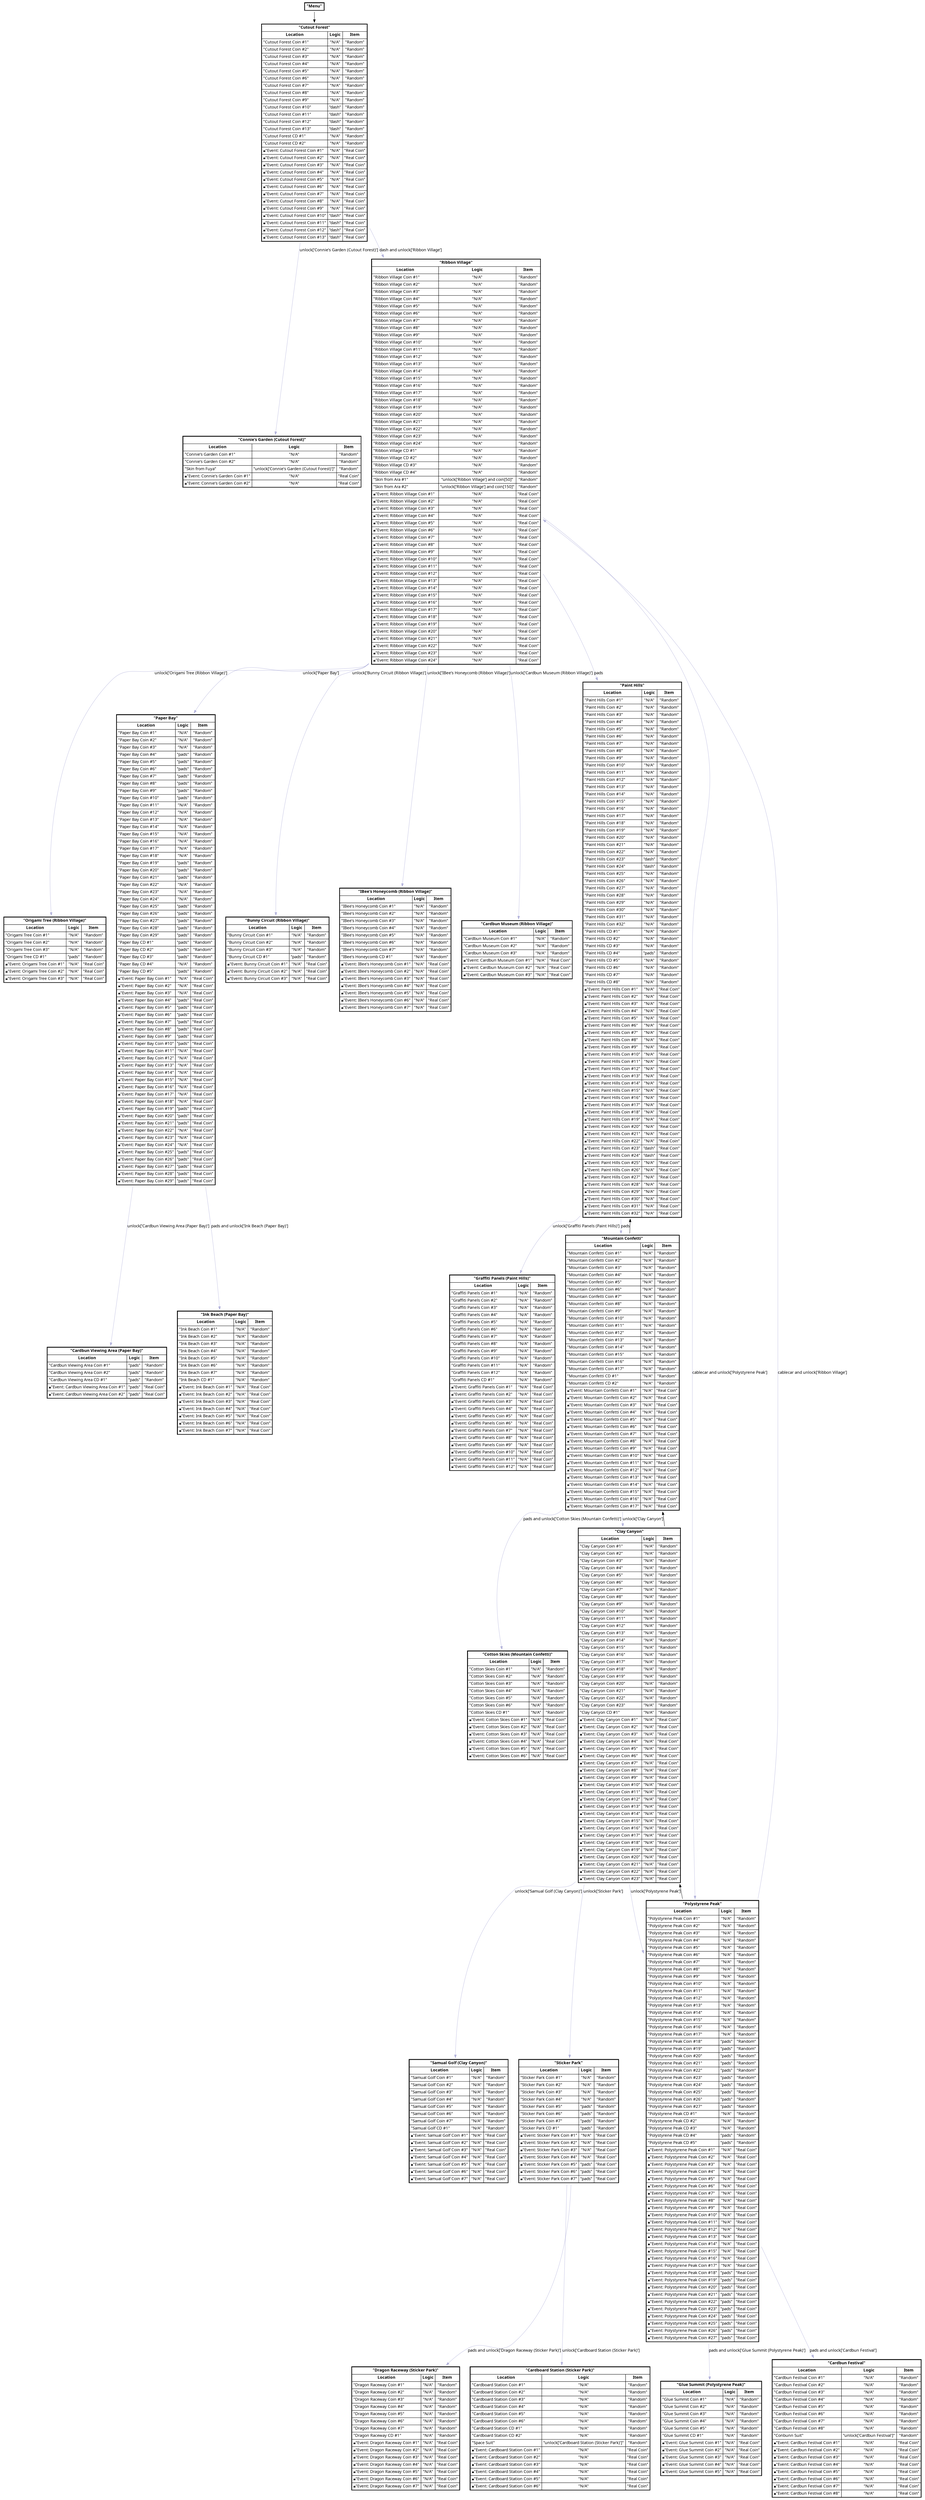
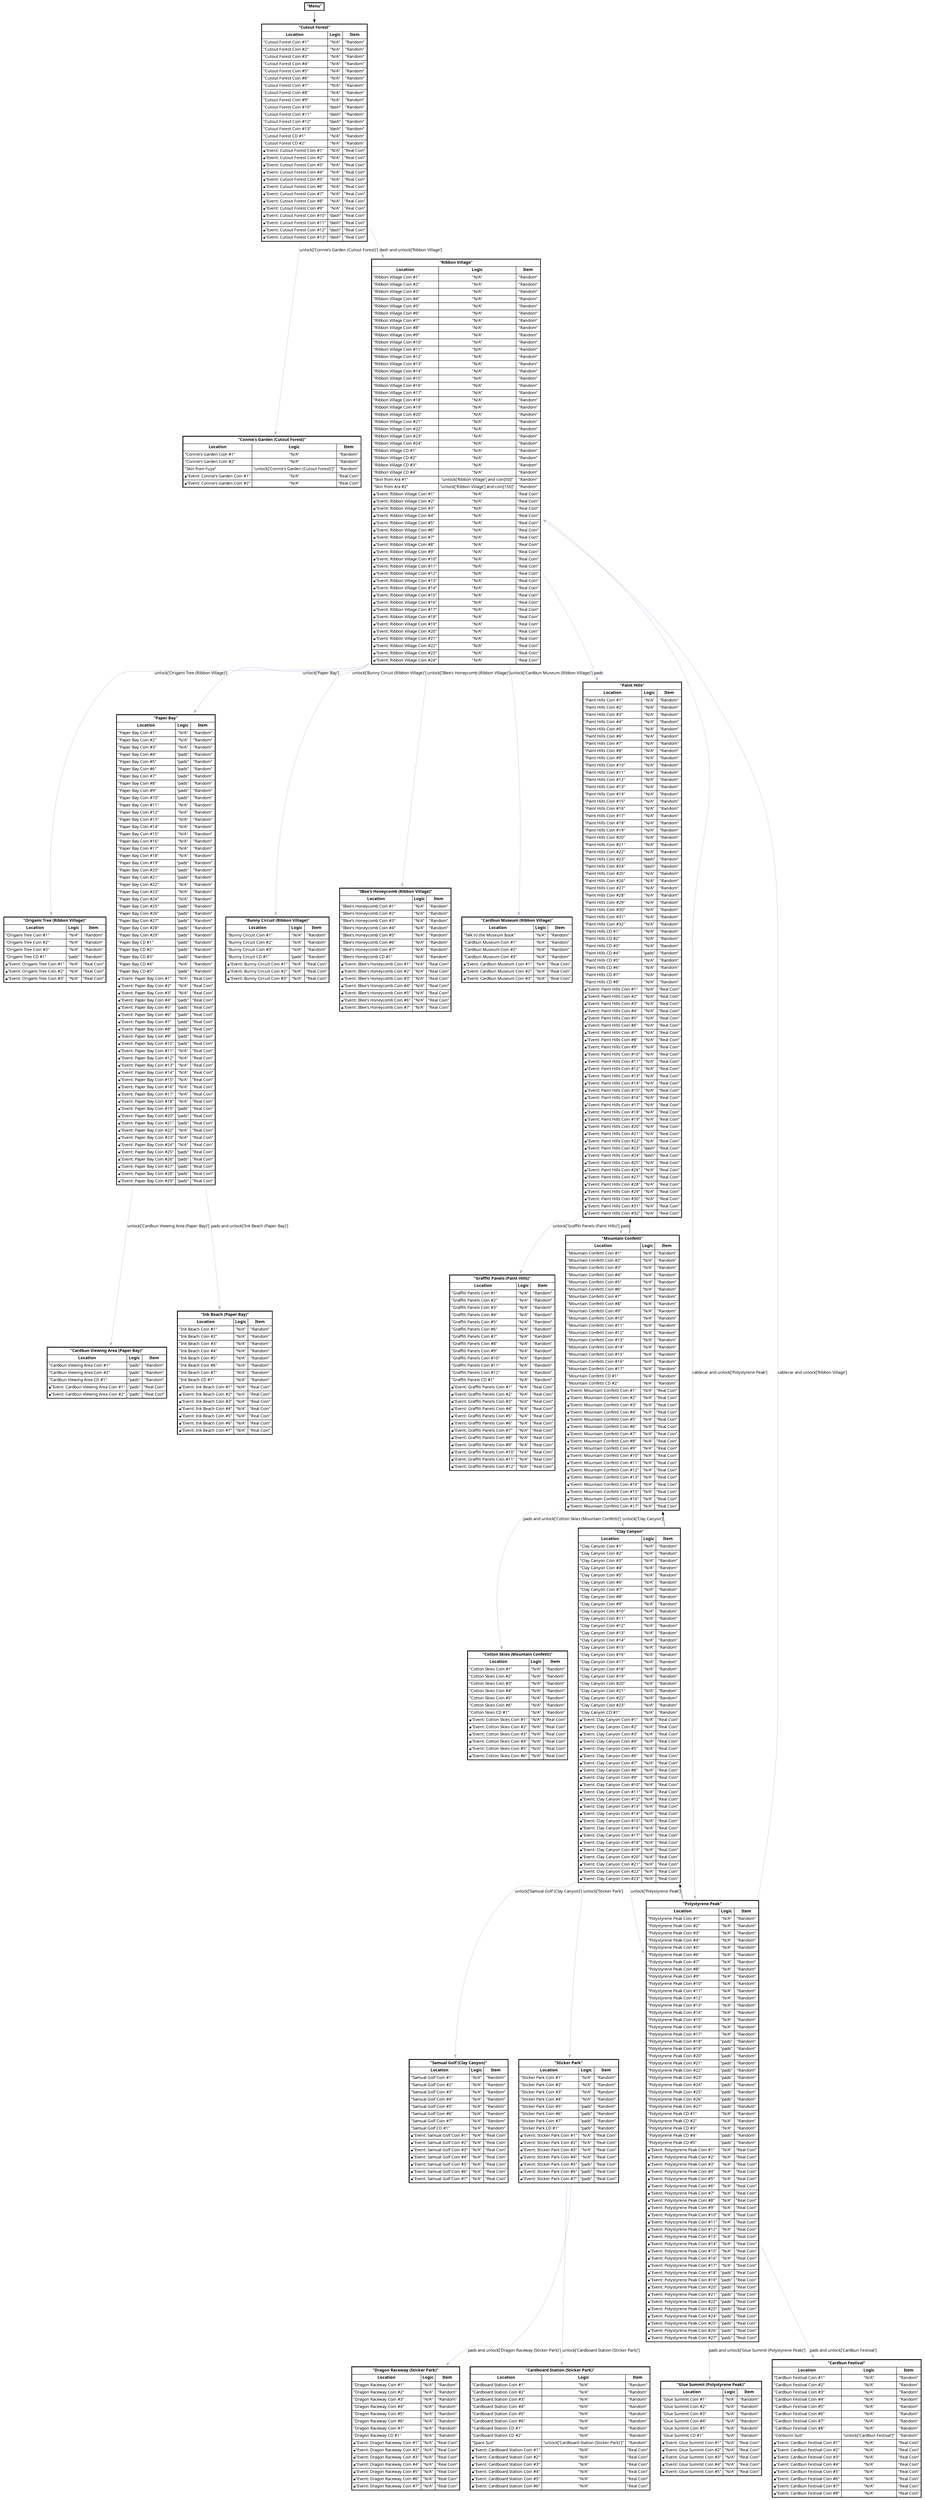
digraph Conbunn_Cardboard {
concentrate=True
rankdir=TB;
node [shape=none]
graph [fontname = "monocraft"];
node [fontname = "monocraft"];
edge [fontname = "monocraft"];"Menu" [label=<<table border="2" cellborder="1" cellspacing="0" cellpadding="4"><tr> <td colspan = "3"><b>"Menu"</b></td></tr></table>>]
"Cutout Forest" [label=<<table border="2" cellborder="1" cellspacing="0" cellpadding="4"><tr> <td colspan = "3"><b>"Cutout Forest"</b></td></tr><tr><td><b>Location</b></td><td><b>Logic</b></td><td><b>Item</b></td></tr><tr><td align="left">"Cutout Forest Coin #1"</td><td>"N/A"</td><td>"Random"</td></tr><tr><td align="left">"Cutout Forest Coin #2"</td><td>"N/A"</td><td>"Random"</td></tr><tr><td align="left">"Cutout Forest Coin #3"</td><td>"N/A"</td><td>"Random"</td></tr><tr><td align="left">"Cutout Forest Coin #4"</td><td>"N/A"</td><td>"Random"</td></tr><tr><td align="left">"Cutout Forest Coin #5"</td><td>"N/A"</td><td>"Random"</td></tr><tr><td align="left">"Cutout Forest Coin #6"</td><td>"N/A"</td><td>"Random"</td></tr><tr><td align="left">"Cutout Forest Coin #7"</td><td>"N/A"</td><td>"Random"</td></tr><tr><td align="left">"Cutout Forest Coin #8"</td><td>"N/A"</td><td>"Random"</td></tr><tr><td align="left">"Cutout Forest Coin #9"</td><td>"N/A"</td><td>"Random"</td></tr><tr><td align="left">"Cutout Forest Coin #10"</td><td>"dash"</td><td>"Random"</td></tr><tr><td align="left">"Cutout Forest Coin #11"</td><td>"dash"</td><td>"Random"</td></tr><tr><td align="left">"Cutout Forest Coin #12"</td><td>"dash"</td><td>"Random"</td></tr><tr><td align="left">"Cutout Forest Coin #13"</td><td>"dash"</td><td>"Random"</td></tr><tr><td align="left">"Cutout Forest CD #1"</td><td>"N/A"</td><td>"Random"</td></tr><tr><td align="left">"Cutout Forest CD #2"</td><td>"N/A"</td><td>"Random"</td></tr><tr><td align="left">🔒"Event: Cutout Forest Coin #1"</td><td>"N/A"</td><td>"Real Coin"</td></tr><tr><td align="left">🔒"Event: Cutout Forest Coin #2"</td><td>"N/A"</td><td>"Real Coin"</td></tr><tr><td align="left">🔒"Event: Cutout Forest Coin #3"</td><td>"N/A"</td><td>"Real Coin"</td></tr><tr><td align="left">🔒"Event: Cutout Forest Coin #4"</td><td>"N/A"</td><td>"Real Coin"</td></tr><tr><td align="left">🔒"Event: Cutout Forest Coin #5"</td><td>"N/A"</td><td>"Real Coin"</td></tr><tr><td align="left">🔒"Event: Cutout Forest Coin #6"</td><td>"N/A"</td><td>"Real Coin"</td></tr><tr><td align="left">🔒"Event: Cutout Forest Coin #7"</td><td>"N/A"</td><td>"Real Coin"</td></tr><tr><td align="left">🔒"Event: Cutout Forest Coin #8"</td><td>"N/A"</td><td>"Real Coin"</td></tr><tr><td align="left">🔒"Event: Cutout Forest Coin #9"</td><td>"N/A"</td><td>"Real Coin"</td></tr><tr><td align="left">🔒"Event: Cutout Forest Coin #10"</td><td>"dash"</td><td>"Real Coin"</td></tr><tr><td align="left">🔒"Event: Cutout Forest Coin #11"</td><td>"dash"</td><td>"Real Coin"</td></tr><tr><td align="left">🔒"Event: Cutout Forest Coin #12"</td><td>"dash"</td><td>"Real Coin"</td></tr><tr><td align="left">🔒"Event: Cutout Forest Coin #13"</td><td>"dash"</td><td>"Real Coin"</td></tr></table>>]
"Connie's Garden (Cutout Forest)" [label=<<table border="2" cellborder="1" cellspacing="0" cellpadding="4"><tr> <td colspan = "3"><b>"Connie's Garden (Cutout Forest)"</b></td></tr><tr><td><b>Location</b></td><td><b>Logic</b></td><td><b>Item</b></td></tr><tr><td align="left">"Connie's Garden Coin #1"</td><td>"N/A"</td><td>"Random"</td></tr><tr><td align="left">"Connie's Garden Coin #2"</td><td>"N/A"</td><td>"Random"</td></tr><tr><td align="left">"Skin from Fuya"</td><td>"unlock['Connie's Garden (Cutout Forest)']"</td><td>"Random"</td></tr><tr><td align="left">🔒"Event: Connie's Garden Coin #1"</td><td>"N/A"</td><td>"Real Coin"</td></tr><tr><td align="left">🔒"Event: Connie's Garden Coin #2"</td><td>"N/A"</td><td>"Real Coin"</td></tr></table>>]
"Ribbon Village" [label=<<table border="2" cellborder="1" cellspacing="0" cellpadding="4"><tr> <td colspan = "3"><b>"Ribbon Village"</b></td></tr><tr><td><b>Location</b></td><td><b>Logic</b></td><td><b>Item</b></td></tr><tr><td align="left">"Ribbon Village Coin #1"</td><td>"N/A"</td><td>"Random"</td></tr><tr><td align="left">"Ribbon Village Coin #2"</td><td>"N/A"</td><td>"Random"</td></tr><tr><td align="left">"Ribbon Village Coin #3"</td><td>"N/A"</td><td>"Random"</td></tr><tr><td align="left">"Ribbon Village Coin #4"</td><td>"N/A"</td><td>"Random"</td></tr><tr><td align="left">"Ribbon Village Coin #5"</td><td>"N/A"</td><td>"Random"</td></tr><tr><td align="left">"Ribbon Village Coin #6"</td><td>"N/A"</td><td>"Random"</td></tr><tr><td align="left">"Ribbon Village Coin #7"</td><td>"N/A"</td><td>"Random"</td></tr><tr><td align="left">"Ribbon Village Coin #8"</td><td>"N/A"</td><td>"Random"</td></tr><tr><td align="left">"Ribbon Village Coin #9"</td><td>"N/A"</td><td>"Random"</td></tr><tr><td align="left">"Ribbon Village Coin #10"</td><td>"N/A"</td><td>"Random"</td></tr><tr><td align="left">"Ribbon Village Coin #11"</td><td>"N/A"</td><td>"Random"</td></tr><tr><td align="left">"Ribbon Village Coin #12"</td><td>"N/A"</td><td>"Random"</td></tr><tr><td align="left">"Ribbon Village Coin #13"</td><td>"N/A"</td><td>"Random"</td></tr><tr><td align="left">"Ribbon Village Coin #14"</td><td>"N/A"</td><td>"Random"</td></tr><tr><td align="left">"Ribbon Village Coin #15"</td><td>"N/A"</td><td>"Random"</td></tr><tr><td align="left">"Ribbon Village Coin #16"</td><td>"N/A"</td><td>"Random"</td></tr><tr><td align="left">"Ribbon Village Coin #17"</td><td>"N/A"</td><td>"Random"</td></tr><tr><td align="left">"Ribbon Village Coin #18"</td><td>"N/A"</td><td>"Random"</td></tr><tr><td align="left">"Ribbon Village Coin #19"</td><td>"N/A"</td><td>"Random"</td></tr><tr><td align="left">"Ribbon Village Coin #20"</td><td>"N/A"</td><td>"Random"</td></tr><tr><td align="left">"Ribbon Village Coin #21"</td><td>"N/A"</td><td>"Random"</td></tr><tr><td align="left">"Ribbon Village Coin #22"</td><td>"N/A"</td><td>"Random"</td></tr><tr><td align="left">"Ribbon Village Coin #23"</td><td>"N/A"</td><td>"Random"</td></tr><tr><td align="left">"Ribbon Village Coin #24"</td><td>"N/A"</td><td>"Random"</td></tr><tr><td align="left">"Ribbon Village CD #1"</td><td>"N/A"</td><td>"Random"</td></tr><tr><td align="left">"Ribbon Village CD #2"</td><td>"N/A"</td><td>"Random"</td></tr><tr><td align="left">"Ribbon Village CD #3"</td><td>"N/A"</td><td>"Random"</td></tr><tr><td align="left">"Ribbon Village CD #4"</td><td>"N/A"</td><td>"Random"</td></tr><tr><td align="left">"Skin from Ara #1"</td><td>"unlock['Ribbon Village'] and coin[50]"</td><td>"Random"</td></tr><tr><td align="left">"Skin from Ara #2"</td><td>"unlock['Ribbon Village'] and coin[150]"</td><td>"Random"</td></tr><tr><td align="left">🔒"Event: Ribbon Village Coin #1"</td><td>"N/A"</td><td>"Real Coin"</td></tr><tr><td align="left">🔒"Event: Ribbon Village Coin #2"</td><td>"N/A"</td><td>"Real Coin"</td></tr><tr><td align="left">🔒"Event: Ribbon Village Coin #3"</td><td>"N/A"</td><td>"Real Coin"</td></tr><tr><td align="left">🔒"Event: Ribbon Village Coin #4"</td><td>"N/A"</td><td>"Real Coin"</td></tr><tr><td align="left">🔒"Event: Ribbon Village Coin #5"</td><td>"N/A"</td><td>"Real Coin"</td></tr><tr><td align="left">🔒"Event: Ribbon Village Coin #6"</td><td>"N/A"</td><td>"Real Coin"</td></tr><tr><td align="left">🔒"Event: Ribbon Village Coin #7"</td><td>"N/A"</td><td>"Real Coin"</td></tr><tr><td align="left">🔒"Event: Ribbon Village Coin #8"</td><td>"N/A"</td><td>"Real Coin"</td></tr><tr><td align="left">🔒"Event: Ribbon Village Coin #9"</td><td>"N/A"</td><td>"Real Coin"</td></tr><tr><td align="left">🔒"Event: Ribbon Village Coin #10"</td><td>"N/A"</td><td>"Real Coin"</td></tr><tr><td align="left">🔒"Event: Ribbon Village Coin #11"</td><td>"N/A"</td><td>"Real Coin"</td></tr><tr><td align="left">🔒"Event: Ribbon Village Coin #12"</td><td>"N/A"</td><td>"Real Coin"</td></tr><tr><td align="left">🔒"Event: Ribbon Village Coin #13"</td><td>"N/A"</td><td>"Real Coin"</td></tr><tr><td align="left">🔒"Event: Ribbon Village Coin #14"</td><td>"N/A"</td><td>"Real Coin"</td></tr><tr><td align="left">🔒"Event: Ribbon Village Coin #15"</td><td>"N/A"</td><td>"Real Coin"</td></tr><tr><td align="left">🔒"Event: Ribbon Village Coin #16"</td><td>"N/A"</td><td>"Real Coin"</td></tr><tr><td align="left">🔒"Event: Ribbon Village Coin #17"</td><td>"N/A"</td><td>"Real Coin"</td></tr><tr><td align="left">🔒"Event: Ribbon Village Coin #18"</td><td>"N/A"</td><td>"Real Coin"</td></tr><tr><td align="left">🔒"Event: Ribbon Village Coin #19"</td><td>"N/A"</td><td>"Real Coin"</td></tr><tr><td align="left">🔒"Event: Ribbon Village Coin #20"</td><td>"N/A"</td><td>"Real Coin"</td></tr><tr><td align="left">🔒"Event: Ribbon Village Coin #21"</td><td>"N/A"</td><td>"Real Coin"</td></tr><tr><td align="left">🔒"Event: Ribbon Village Coin #22"</td><td>"N/A"</td><td>"Real Coin"</td></tr><tr><td align="left">🔒"Event: Ribbon Village Coin #23"</td><td>"N/A"</td><td>"Real Coin"</td></tr><tr><td align="left">🔒"Event: Ribbon Village Coin #24"</td><td>"N/A"</td><td>"Real Coin"</td></tr></table>>]
"Origami Tree (Ribbon Village)" [label=<<table border="2" cellborder="1" cellspacing="0" cellpadding="4"><tr> <td colspan = "3"><b>"Origami Tree (Ribbon Village)"</b></td></tr><tr><td><b>Location</b></td><td><b>Logic</b></td><td><b>Item</b></td></tr><tr><td align="left">"Origami Tree Coin #1"</td><td>"N/A"</td><td>"Random"</td></tr><tr><td align="left">"Origami Tree Coin #2"</td><td>"N/A"</td><td>"Random"</td></tr><tr><td align="left">"Origami Tree Coin #3"</td><td>"N/A"</td><td>"Random"</td></tr><tr><td align="left">"Origami Tree CD #1"</td><td>"pads"</td><td>"Random"</td></tr><tr><td align="left">🔒"Event: Origami Tree Coin #1"</td><td>"N/A"</td><td>"Real Coin"</td></tr><tr><td align="left">🔒"Event: Origami Tree Coin #2"</td><td>"N/A"</td><td>"Real Coin"</td></tr><tr><td align="left">🔒"Event: Origami Tree Coin #3"</td><td>"N/A"</td><td>"Real Coin"</td></tr></table>>]
"Paper Bay" [label=<<table border="2" cellborder="1" cellspacing="0" cellpadding="4"><tr> <td colspan = "3"><b>"Paper Bay"</b></td></tr><tr><td><b>Location</b></td><td><b>Logic</b></td><td><b>Item</b></td></tr><tr><td align="left">"Paper Bay Coin #1"</td><td>"N/A"</td><td>"Random"</td></tr><tr><td align="left">"Paper Bay Coin #2"</td><td>"N/A"</td><td>"Random"</td></tr><tr><td align="left">"Paper Bay Coin #3"</td><td>"N/A"</td><td>"Random"</td></tr><tr><td align="left">"Paper Bay Coin #4"</td><td>"pads"</td><td>"Random"</td></tr><tr><td align="left">"Paper Bay Coin #5"</td><td>"pads"</td><td>"Random"</td></tr><tr><td align="left">"Paper Bay Coin #6"</td><td>"pads"</td><td>"Random"</td></tr><tr><td align="left">"Paper Bay Coin #7"</td><td>"pads"</td><td>"Random"</td></tr><tr><td align="left">"Paper Bay Coin #8"</td><td>"pads"</td><td>"Random"</td></tr><tr><td align="left">"Paper Bay Coin #9"</td><td>"pads"</td><td>"Random"</td></tr><tr><td align="left">"Paper Bay Coin #10"</td><td>"pads"</td><td>"Random"</td></tr><tr><td align="left">"Paper Bay Coin #11"</td><td>"N/A"</td><td>"Random"</td></tr><tr><td align="left">"Paper Bay Coin #12"</td><td>"N/A"</td><td>"Random"</td></tr><tr><td align="left">"Paper Bay Coin #13"</td><td>"N/A"</td><td>"Random"</td></tr><tr><td align="left">"Paper Bay Coin #14"</td><td>"N/A"</td><td>"Random"</td></tr><tr><td align="left">"Paper Bay Coin #15"</td><td>"N/A"</td><td>"Random"</td></tr><tr><td align="left">"Paper Bay Coin #16"</td><td>"N/A"</td><td>"Random"</td></tr><tr><td align="left">"Paper Bay Coin #17"</td><td>"N/A"</td><td>"Random"</td></tr><tr><td align="left">"Paper Bay Coin #18"</td><td>"N/A"</td><td>"Random"</td></tr><tr><td align="left">"Paper Bay Coin #19"</td><td>"pads"</td><td>"Random"</td></tr><tr><td align="left">"Paper Bay Coin #20"</td><td>"pads"</td><td>"Random"</td></tr><tr><td align="left">"Paper Bay Coin #21"</td><td>"pads"</td><td>"Random"</td></tr><tr><td align="left">"Paper Bay Coin #22"</td><td>"N/A"</td><td>"Random"</td></tr><tr><td align="left">"Paper Bay Coin #23"</td><td>"N/A"</td><td>"Random"</td></tr><tr><td align="left">"Paper Bay Coin #24"</td><td>"N/A"</td><td>"Random"</td></tr><tr><td align="left">"Paper Bay Coin #25"</td><td>"pads"</td><td>"Random"</td></tr><tr><td align="left">"Paper Bay Coin #26"</td><td>"pads"</td><td>"Random"</td></tr><tr><td align="left">"Paper Bay Coin #27"</td><td>"pads"</td><td>"Random"</td></tr><tr><td align="left">"Paper Bay Coin #28"</td><td>"pads"</td><td>"Random"</td></tr><tr><td align="left">"Paper Bay Coin #29"</td><td>"pads"</td><td>"Random"</td></tr><tr><td align="left">"Paper Bay CD #1"</td><td>"pads"</td><td>"Random"</td></tr><tr><td align="left">"Paper Bay CD #2"</td><td>"pads"</td><td>"Random"</td></tr><tr><td align="left">"Paper Bay CD #3"</td><td>"pads"</td><td>"Random"</td></tr><tr><td align="left">"Paper Bay CD #4"</td><td>"N/A"</td><td>"Random"</td></tr><tr><td align="left">"Paper Bay CD #5"</td><td>"pads"</td><td>"Random"</td></tr><tr><td align="left">🔒"Event: Paper Bay Coin #1"</td><td>"N/A"</td><td>"Real Coin"</td></tr><tr><td align="left">🔒"Event: Paper Bay Coin #2"</td><td>"N/A"</td><td>"Real Coin"</td></tr><tr><td align="left">🔒"Event: Paper Bay Coin #3"</td><td>"N/A"</td><td>"Real Coin"</td></tr><tr><td align="left">🔒"Event: Paper Bay Coin #4"</td><td>"pads"</td><td>"Real Coin"</td></tr><tr><td align="left">🔒"Event: Paper Bay Coin #5"</td><td>"pads"</td><td>"Real Coin"</td></tr><tr><td align="left">🔒"Event: Paper Bay Coin #6"</td><td>"pads"</td><td>"Real Coin"</td></tr><tr><td align="left">🔒"Event: Paper Bay Coin #7"</td><td>"pads"</td><td>"Real Coin"</td></tr><tr><td align="left">🔒"Event: Paper Bay Coin #8"</td><td>"pads"</td><td>"Real Coin"</td></tr><tr><td align="left">🔒"Event: Paper Bay Coin #9"</td><td>"pads"</td><td>"Real Coin"</td></tr><tr><td align="left">🔒"Event: Paper Bay Coin #10"</td><td>"pads"</td><td>"Real Coin"</td></tr><tr><td align="left">🔒"Event: Paper Bay Coin #11"</td><td>"N/A"</td><td>"Real Coin"</td></tr><tr><td align="left">🔒"Event: Paper Bay Coin #12"</td><td>"N/A"</td><td>"Real Coin"</td></tr><tr><td align="left">🔒"Event: Paper Bay Coin #13"</td><td>"N/A"</td><td>"Real Coin"</td></tr><tr><td align="left">🔒"Event: Paper Bay Coin #14"</td><td>"N/A"</td><td>"Real Coin"</td></tr><tr><td align="left">🔒"Event: Paper Bay Coin #15"</td><td>"N/A"</td><td>"Real Coin"</td></tr><tr><td align="left">🔒"Event: Paper Bay Coin #16"</td><td>"N/A"</td><td>"Real Coin"</td></tr><tr><td align="left">🔒"Event: Paper Bay Coin #17"</td><td>"N/A"</td><td>"Real Coin"</td></tr><tr><td align="left">🔒"Event: Paper Bay Coin #18"</td><td>"N/A"</td><td>"Real Coin"</td></tr><tr><td align="left">🔒"Event: Paper Bay Coin #19"</td><td>"pads"</td><td>"Real Coin"</td></tr><tr><td align="left">🔒"Event: Paper Bay Coin #20"</td><td>"pads"</td><td>"Real Coin"</td></tr><tr><td align="left">🔒"Event: Paper Bay Coin #21"</td><td>"pads"</td><td>"Real Coin"</td></tr><tr><td align="left">🔒"Event: Paper Bay Coin #22"</td><td>"N/A"</td><td>"Real Coin"</td></tr><tr><td align="left">🔒"Event: Paper Bay Coin #23"</td><td>"N/A"</td><td>"Real Coin"</td></tr><tr><td align="left">🔒"Event: Paper Bay Coin #24"</td><td>"N/A"</td><td>"Real Coin"</td></tr><tr><td align="left">🔒"Event: Paper Bay Coin #25"</td><td>"pads"</td><td>"Real Coin"</td></tr><tr><td align="left">🔒"Event: Paper Bay Coin #26"</td><td>"pads"</td><td>"Real Coin"</td></tr><tr><td align="left">🔒"Event: Paper Bay Coin #27"</td><td>"pads"</td><td>"Real Coin"</td></tr><tr><td align="left">🔒"Event: Paper Bay Coin #28"</td><td>"pads"</td><td>"Real Coin"</td></tr><tr><td align="left">🔒"Event: Paper Bay Coin #29"</td><td>"pads"</td><td>"Real Coin"</td></tr></table>>]
"Cardbun Viewing Area (Paper Bay)" [label=<<table border="2" cellborder="1" cellspacing="0" cellpadding="4"><tr> <td colspan = "3"><b>"Cardbun Viewing Area (Paper Bay)"</b></td></tr><tr><td><b>Location</b></td><td><b>Logic</b></td><td><b>Item</b></td></tr><tr><td align="left">"Cardbun Viewing Area Coin #1"</td><td>"pads"</td><td>"Random"</td></tr><tr><td align="left">"Cardbun Viewing Area Coin #2"</td><td>"pads"</td><td>"Random"</td></tr><tr><td align="left">"Cardbun Viewing Area CD #1"</td><td>"pads"</td><td>"Random"</td></tr><tr><td align="left">🔒"Event: Cardbun Viewing Area Coin #1"</td><td>"pads"</td><td>"Real Coin"</td></tr><tr><td align="left">🔒"Event: Cardbun Viewing Area Coin #2"</td><td>"pads"</td><td>"Real Coin"</td></tr></table>>]
"Ink Beach (Paper Bay)" [label=<<table border="2" cellborder="1" cellspacing="0" cellpadding="4"><tr> <td colspan = "3"><b>"Ink Beach (Paper Bay)"</b></td></tr><tr><td><b>Location</b></td><td><b>Logic</b></td><td><b>Item</b></td></tr><tr><td align="left">"Ink Beach Coin #1"</td><td>"N/A"</td><td>"Random"</td></tr><tr><td align="left">"Ink Beach Coin #2"</td><td>"N/A"</td><td>"Random"</td></tr><tr><td align="left">"Ink Beach Coin #3"</td><td>"N/A"</td><td>"Random"</td></tr><tr><td align="left">"Ink Beach Coin #4"</td><td>"N/A"</td><td>"Random"</td></tr><tr><td align="left">"Ink Beach Coin #5"</td><td>"N/A"</td><td>"Random"</td></tr><tr><td align="left">"Ink Beach Coin #6"</td><td>"N/A"</td><td>"Random"</td></tr><tr><td align="left">"Ink Beach Coin #7"</td><td>"N/A"</td><td>"Random"</td></tr><tr><td align="left">"Ink Beach CD #1"</td><td>"N/A"</td><td>"Random"</td></tr><tr><td align="left">🔒"Event: Ink Beach Coin #1"</td><td>"N/A"</td><td>"Real Coin"</td></tr><tr><td align="left">🔒"Event: Ink Beach Coin #2"</td><td>"N/A"</td><td>"Real Coin"</td></tr><tr><td align="left">🔒"Event: Ink Beach Coin #3"</td><td>"N/A"</td><td>"Real Coin"</td></tr><tr><td align="left">🔒"Event: Ink Beach Coin #4"</td><td>"N/A"</td><td>"Real Coin"</td></tr><tr><td align="left">🔒"Event: Ink Beach Coin #5"</td><td>"N/A"</td><td>"Real Coin"</td></tr><tr><td align="left">🔒"Event: Ink Beach Coin #6"</td><td>"N/A"</td><td>"Real Coin"</td></tr><tr><td align="left">🔒"Event: Ink Beach Coin #7"</td><td>"N/A"</td><td>"Real Coin"</td></tr></table>>]
"Bunny Circuit (Ribbon Village)" [label=<<table border="2" cellborder="1" cellspacing="0" cellpadding="4"><tr> <td colspan = "3"><b>"Bunny Circuit (Ribbon Village)"</b></td></tr><tr><td><b>Location</b></td><td><b>Logic</b></td><td><b>Item</b></td></tr><tr><td align="left">"Bunny Circuit Coin #1"</td><td>"N/A"</td><td>"Random"</td></tr><tr><td align="left">"Bunny Circuit Coin #2"</td><td>"N/A"</td><td>"Random"</td></tr><tr><td align="left">"Bunny Circuit Coin #3"</td><td>"N/A"</td><td>"Random"</td></tr><tr><td align="left">"Bunny Circuit CD #1"</td><td>"pads"</td><td>"Random"</td></tr><tr><td align="left">🔒"Event: Bunny Circuit Coin #1"</td><td>"N/A"</td><td>"Real Coin"</td></tr><tr><td align="left">🔒"Event: Bunny Circuit Coin #2"</td><td>"N/A"</td><td>"Real Coin"</td></tr><tr><td align="left">🔒"Event: Bunny Circuit Coin #3"</td><td>"N/A"</td><td>"Real Coin"</td></tr></table>>]
"IBee's Honeycomb (Ribbon Village)" [label=<<table border="2" cellborder="1" cellspacing="0" cellpadding="4"><tr> <td colspan = "3"><b>"IBee's Honeycomb (Ribbon Village)"</b></td></tr><tr><td><b>Location</b></td><td><b>Logic</b></td><td><b>Item</b></td></tr><tr><td align="left">"IBee's Honeycomb Coin #1"</td><td>"N/A"</td><td>"Random"</td></tr><tr><td align="left">"IBee's Honeycomb Coin #2"</td><td>"N/A"</td><td>"Random"</td></tr><tr><td align="left">"IBee's Honeycomb Coin #3"</td><td>"N/A"</td><td>"Random"</td></tr><tr><td align="left">"IBee's Honeycomb Coin #4"</td><td>"N/A"</td><td>"Random"</td></tr><tr><td align="left">"IBee's Honeycomb Coin #5"</td><td>"N/A"</td><td>"Random"</td></tr><tr><td align="left">"IBee's Honeycomb Coin #6"</td><td>"N/A"</td><td>"Random"</td></tr><tr><td align="left">"IBee's Honeycomb Coin #7"</td><td>"N/A"</td><td>"Random"</td></tr><tr><td align="left">"IBee's Honeycomb CD #1"</td><td>"N/A"</td><td>"Random"</td></tr><tr><td align="left">🔒"Event: IBee's Honeycomb Coin #1"</td><td>"N/A"</td><td>"Real Coin"</td></tr><tr><td align="left">🔒"Event: IBee's Honeycomb Coin #2"</td><td>"N/A"</td><td>"Real Coin"</td></tr><tr><td align="left">🔒"Event: IBee's Honeycomb Coin #3"</td><td>"N/A"</td><td>"Real Coin"</td></tr><tr><td align="left">🔒"Event: IBee's Honeycomb Coin #4"</td><td>"N/A"</td><td>"Real Coin"</td></tr><tr><td align="left">🔒"Event: IBee's Honeycomb Coin #5"</td><td>"N/A"</td><td>"Real Coin"</td></tr><tr><td align="left">🔒"Event: IBee's Honeycomb Coin #6"</td><td>"N/A"</td><td>"Real Coin"</td></tr><tr><td align="left">🔒"Event: IBee's Honeycomb Coin #7"</td><td>"N/A"</td><td>"Real Coin"</td></tr></table>>]
- "Cardbun Museum (Ribbon Village)" [label=<<table border="2" cellborder="1" cellspacing="0" cellpadding="4"><tr> <td colspan = "3"><b>"Cardbun Museum (Ribbon Village)"</b></td></tr><tr><td><b>Location</b></td><td><b>Logic</b></td><td><b>Item</b></td></tr><tr><td align="left">"Cardbun Museum Coin #1"</td><td>"N/A"</td><td>"Random"</td></tr><tr><td align="left">"Cardbun Museum Coin #2"</td><td>"N/A"</td><td>"Random"</td></tr><tr><td align="left">"Cardbun Museum Coin #3"</td><td>"N/A"</td><td>"Random"</td></tr><tr><td align="left">🔒"Event: Cardbun Museum Coin #1"</td><td>"N/A"</td><td>"Real Coin"</td></tr><tr><td align="left">🔒"Event: Cardbun Museum Coin #2"</td><td>"N/A"</td><td>"Real Coin"</td></tr><tr><td align="left">🔒"Event: Cardbun Museum Coin #3"</td><td>"N/A"</td><td>"Real Coin"</td></tr></table>>]
+ "Cardbun Museum (Ribbon Village)" [label=<<table border="2" cellborder="1" cellspacing="0" cellpadding="4"><tr> <td colspan = "3"><b>"Cardbun Museum (Ribbon Village)"</b></td></tr><tr><td><b>Location</b></td><td><b>Logic</b></td><td><b>Item</b></td></tr><tr><td align="left">"Talk to the Museum Book"</td><td>"N/A"</td><td>"Random"</td></tr><tr><td align="left">"Cardbun Museum Coin #1"</td><td>"N/A"</td><td>"Random"</td></tr><tr><td align="left">"Cardbun Museum Coin #2"</td><td>"N/A"</td><td>"Random"</td></tr><tr><td align="left">"Cardbun Museum Coin #3"</td><td>"N/A"</td><td>"Random"</td></tr><tr><td align="left">🔒"Event: Cardbun Museum Coin #1"</td><td>"N/A"</td><td>"Real Coin"</td></tr><tr><td align="left">🔒"Event: Cardbun Museum Coin #2"</td><td>"N/A"</td><td>"Real Coin"</td></tr><tr><td align="left">🔒"Event: Cardbun Museum Coin #3"</td><td>"N/A"</td><td>"Real Coin"</td></tr></table>>]
"Paint Hills" [label=<<table border="2" cellborder="1" cellspacing="0" cellpadding="4"><tr> <td colspan = "3"><b>"Paint Hills"</b></td></tr><tr><td><b>Location</b></td><td><b>Logic</b></td><td><b>Item</b></td></tr><tr><td align="left">"Paint Hills Coin #1"</td><td>"N/A"</td><td>"Random"</td></tr><tr><td align="left">"Paint Hills Coin #2"</td><td>"N/A"</td><td>"Random"</td></tr><tr><td align="left">"Paint Hills Coin #3"</td><td>"N/A"</td><td>"Random"</td></tr><tr><td align="left">"Paint Hills Coin #4"</td><td>"N/A"</td><td>"Random"</td></tr><tr><td align="left">"Paint Hills Coin #5"</td><td>"N/A"</td><td>"Random"</td></tr><tr><td align="left">"Paint Hills Coin #6"</td><td>"N/A"</td><td>"Random"</td></tr><tr><td align="left">"Paint Hills Coin #7"</td><td>"N/A"</td><td>"Random"</td></tr><tr><td align="left">"Paint Hills Coin #8"</td><td>"N/A"</td><td>"Random"</td></tr><tr><td align="left">"Paint Hills Coin #9"</td><td>"N/A"</td><td>"Random"</td></tr><tr><td align="left">"Paint Hills Coin #10"</td><td>"N/A"</td><td>"Random"</td></tr><tr><td align="left">"Paint Hills Coin #11"</td><td>"N/A"</td><td>"Random"</td></tr><tr><td align="left">"Paint Hills Coin #12"</td><td>"N/A"</td><td>"Random"</td></tr><tr><td align="left">"Paint Hills Coin #13"</td><td>"N/A"</td><td>"Random"</td></tr><tr><td align="left">"Paint Hills Coin #14"</td><td>"N/A"</td><td>"Random"</td></tr><tr><td align="left">"Paint Hills Coin #15"</td><td>"N/A"</td><td>"Random"</td></tr><tr><td align="left">"Paint Hills Coin #16"</td><td>"N/A"</td><td>"Random"</td></tr><tr><td align="left">"Paint Hills Coin #17"</td><td>"N/A"</td><td>"Random"</td></tr><tr><td align="left">"Paint Hills Coin #18"</td><td>"N/A"</td><td>"Random"</td></tr><tr><td align="left">"Paint Hills Coin #19"</td><td>"N/A"</td><td>"Random"</td></tr><tr><td align="left">"Paint Hills Coin #20"</td><td>"N/A"</td><td>"Random"</td></tr><tr><td align="left">"Paint Hills Coin #21"</td><td>"N/A"</td><td>"Random"</td></tr><tr><td align="left">"Paint Hills Coin #22"</td><td>"N/A"</td><td>"Random"</td></tr><tr><td align="left">"Paint Hills Coin #23"</td><td>"dash"</td><td>"Random"</td></tr><tr><td align="left">"Paint Hills Coin #24"</td><td>"dash"</td><td>"Random"</td></tr><tr><td align="left">"Paint Hills Coin #25"</td><td>"N/A"</td><td>"Random"</td></tr><tr><td align="left">"Paint Hills Coin #26"</td><td>"N/A"</td><td>"Random"</td></tr><tr><td align="left">"Paint Hills Coin #27"</td><td>"N/A"</td><td>"Random"</td></tr><tr><td align="left">"Paint Hills Coin #28"</td><td>"N/A"</td><td>"Random"</td></tr><tr><td align="left">"Paint Hills Coin #29"</td><td>"N/A"</td><td>"Random"</td></tr><tr><td align="left">"Paint Hills Coin #30"</td><td>"N/A"</td><td>"Random"</td></tr><tr><td align="left">"Paint Hills Coin #31"</td><td>"N/A"</td><td>"Random"</td></tr><tr><td align="left">"Paint Hills Coin #32"</td><td>"N/A"</td><td>"Random"</td></tr><tr><td align="left">"Paint Hills CD #1"</td><td>"N/A"</td><td>"Random"</td></tr><tr><td align="left">"Paint Hills CD #2"</td><td>"N/A"</td><td>"Random"</td></tr><tr><td align="left">"Paint Hills CD #3"</td><td>"N/A"</td><td>"Random"</td></tr><tr><td align="left">"Paint Hills CD #4"</td><td>"pads"</td><td>"Random"</td></tr><tr><td align="left">"Paint Hills CD #5"</td><td>"N/A"</td><td>"Random"</td></tr><tr><td align="left">"Paint Hills CD #6"</td><td>"N/A"</td><td>"Random"</td></tr><tr><td align="left">"Paint Hills CD #7"</td><td>"N/A"</td><td>"Random"</td></tr><tr><td align="left">"Paint Hills CD #8"</td><td>"N/A"</td><td>"Random"</td></tr><tr><td align="left">🔒"Event: Paint Hills Coin #1"</td><td>"N/A"</td><td>"Real Coin"</td></tr><tr><td align="left">🔒"Event: Paint Hills Coin #2"</td><td>"N/A"</td><td>"Real Coin"</td></tr><tr><td align="left">🔒"Event: Paint Hills Coin #3"</td><td>"N/A"</td><td>"Real Coin"</td></tr><tr><td align="left">🔒"Event: Paint Hills Coin #4"</td><td>"N/A"</td><td>"Real Coin"</td></tr><tr><td align="left">🔒"Event: Paint Hills Coin #5"</td><td>"N/A"</td><td>"Real Coin"</td></tr><tr><td align="left">🔒"Event: Paint Hills Coin #6"</td><td>"N/A"</td><td>"Real Coin"</td></tr><tr><td align="left">🔒"Event: Paint Hills Coin #7"</td><td>"N/A"</td><td>"Real Coin"</td></tr><tr><td align="left">🔒"Event: Paint Hills Coin #8"</td><td>"N/A"</td><td>"Real Coin"</td></tr><tr><td align="left">🔒"Event: Paint Hills Coin #9"</td><td>"N/A"</td><td>"Real Coin"</td></tr><tr><td align="left">🔒"Event: Paint Hills Coin #10"</td><td>"N/A"</td><td>"Real Coin"</td></tr><tr><td align="left">🔒"Event: Paint Hills Coin #11"</td><td>"N/A"</td><td>"Real Coin"</td></tr><tr><td align="left">🔒"Event: Paint Hills Coin #12"</td><td>"N/A"</td><td>"Real Coin"</td></tr><tr><td align="left">🔒"Event: Paint Hills Coin #13"</td><td>"N/A"</td><td>"Real Coin"</td></tr><tr><td align="left">🔒"Event: Paint Hills Coin #14"</td><td>"N/A"</td><td>"Real Coin"</td></tr><tr><td align="left">🔒"Event: Paint Hills Coin #15"</td><td>"N/A"</td><td>"Real Coin"</td></tr><tr><td align="left">🔒"Event: Paint Hills Coin #16"</td><td>"N/A"</td><td>"Real Coin"</td></tr><tr><td align="left">🔒"Event: Paint Hills Coin #17"</td><td>"N/A"</td><td>"Real Coin"</td></tr><tr><td align="left">🔒"Event: Paint Hills Coin #18"</td><td>"N/A"</td><td>"Real Coin"</td></tr><tr><td align="left">🔒"Event: Paint Hills Coin #19"</td><td>"N/A"</td><td>"Real Coin"</td></tr><tr><td align="left">🔒"Event: Paint Hills Coin #20"</td><td>"N/A"</td><td>"Real Coin"</td></tr><tr><td align="left">🔒"Event: Paint Hills Coin #21"</td><td>"N/A"</td><td>"Real Coin"</td></tr><tr><td align="left">🔒"Event: Paint Hills Coin #22"</td><td>"N/A"</td><td>"Real Coin"</td></tr><tr><td align="left">🔒"Event: Paint Hills Coin #23"</td><td>"dash"</td><td>"Real Coin"</td></tr><tr><td align="left">🔒"Event: Paint Hills Coin #24"</td><td>"dash"</td><td>"Real Coin"</td></tr><tr><td align="left">🔒"Event: Paint Hills Coin #25"</td><td>"N/A"</td><td>"Real Coin"</td></tr><tr><td align="left">🔒"Event: Paint Hills Coin #26"</td><td>"N/A"</td><td>"Real Coin"</td></tr><tr><td align="left">🔒"Event: Paint Hills Coin #27"</td><td>"N/A"</td><td>"Real Coin"</td></tr><tr><td align="left">🔒"Event: Paint Hills Coin #28"</td><td>"N/A"</td><td>"Real Coin"</td></tr><tr><td align="left">🔒"Event: Paint Hills Coin #29"</td><td>"N/A"</td><td>"Real Coin"</td></tr><tr><td align="left">🔒"Event: Paint Hills Coin #30"</td><td>"N/A"</td><td>"Real Coin"</td></tr><tr><td align="left">🔒"Event: Paint Hills Coin #31"</td><td>"N/A"</td><td>"Real Coin"</td></tr><tr><td align="left">🔒"Event: Paint Hills Coin #32"</td><td>"N/A"</td><td>"Real Coin"</td></tr></table>>]
"Graffiti Panels (Paint Hills)" [label=<<table border="2" cellborder="1" cellspacing="0" cellpadding="4"><tr> <td colspan = "3"><b>"Graffiti Panels (Paint Hills)"</b></td></tr><tr><td><b>Location</b></td><td><b>Logic</b></td><td><b>Item</b></td></tr><tr><td align="left">"Graffiti Panels Coin #1"</td><td>"N/A"</td><td>"Random"</td></tr><tr><td align="left">"Graffiti Panels Coin #2"</td><td>"N/A"</td><td>"Random"</td></tr><tr><td align="left">"Graffiti Panels Coin #3"</td><td>"N/A"</td><td>"Random"</td></tr><tr><td align="left">"Graffiti Panels Coin #4"</td><td>"N/A"</td><td>"Random"</td></tr><tr><td align="left">"Graffiti Panels Coin #5"</td><td>"N/A"</td><td>"Random"</td></tr><tr><td align="left">"Graffiti Panels Coin #6"</td><td>"N/A"</td><td>"Random"</td></tr><tr><td align="left">"Graffiti Panels Coin #7"</td><td>"N/A"</td><td>"Random"</td></tr><tr><td align="left">"Graffiti Panels Coin #8"</td><td>"N/A"</td><td>"Random"</td></tr><tr><td align="left">"Graffiti Panels Coin #9"</td><td>"N/A"</td><td>"Random"</td></tr><tr><td align="left">"Graffiti Panels Coin #10"</td><td>"N/A"</td><td>"Random"</td></tr><tr><td align="left">"Graffiti Panels Coin #11"</td><td>"N/A"</td><td>"Random"</td></tr><tr><td align="left">"Graffiti Panels Coin #12"</td><td>"N/A"</td><td>"Random"</td></tr><tr><td align="left">"Graffiti Panels CD #1"</td><td>"N/A"</td><td>"Random"</td></tr><tr><td align="left">🔒"Event: Graffiti Panels Coin #1"</td><td>"N/A"</td><td>"Real Coin"</td></tr><tr><td align="left">🔒"Event: Graffiti Panels Coin #2"</td><td>"N/A"</td><td>"Real Coin"</td></tr><tr><td align="left">🔒"Event: Graffiti Panels Coin #3"</td><td>"N/A"</td><td>"Real Coin"</td></tr><tr><td align="left">🔒"Event: Graffiti Panels Coin #4"</td><td>"N/A"</td><td>"Real Coin"</td></tr><tr><td align="left">🔒"Event: Graffiti Panels Coin #5"</td><td>"N/A"</td><td>"Real Coin"</td></tr><tr><td align="left">🔒"Event: Graffiti Panels Coin #6"</td><td>"N/A"</td><td>"Real Coin"</td></tr><tr><td align="left">🔒"Event: Graffiti Panels Coin #7"</td><td>"N/A"</td><td>"Real Coin"</td></tr><tr><td align="left">🔒"Event: Graffiti Panels Coin #8"</td><td>"N/A"</td><td>"Real Coin"</td></tr><tr><td align="left">🔒"Event: Graffiti Panels Coin #9"</td><td>"N/A"</td><td>"Real Coin"</td></tr><tr><td align="left">🔒"Event: Graffiti Panels Coin #10"</td><td>"N/A"</td><td>"Real Coin"</td></tr><tr><td align="left">🔒"Event: Graffiti Panels Coin #11"</td><td>"N/A"</td><td>"Real Coin"</td></tr><tr><td align="left">🔒"Event: Graffiti Panels Coin #12"</td><td>"N/A"</td><td>"Real Coin"</td></tr></table>>]
"Mountain Confetti" [label=<<table border="2" cellborder="1" cellspacing="0" cellpadding="4"><tr> <td colspan = "3"><b>"Mountain Confetti"</b></td></tr><tr><td><b>Location</b></td><td><b>Logic</b></td><td><b>Item</b></td></tr><tr><td align="left">"Mountain Confetti Coin #1"</td><td>"N/A"</td><td>"Random"</td></tr><tr><td align="left">"Mountain Confetti Coin #2"</td><td>"N/A"</td><td>"Random"</td></tr><tr><td align="left">"Mountain Confetti Coin #3"</td><td>"N/A"</td><td>"Random"</td></tr><tr><td align="left">"Mountain Confetti Coin #4"</td><td>"N/A"</td><td>"Random"</td></tr><tr><td align="left">"Mountain Confetti Coin #5"</td><td>"N/A"</td><td>"Random"</td></tr><tr><td align="left">"Mountain Confetti Coin #6"</td><td>"N/A"</td><td>"Random"</td></tr><tr><td align="left">"Mountain Confetti Coin #7"</td><td>"N/A"</td><td>"Random"</td></tr><tr><td align="left">"Mountain Confetti Coin #8"</td><td>"N/A"</td><td>"Random"</td></tr><tr><td align="left">"Mountain Confetti Coin #9"</td><td>"N/A"</td><td>"Random"</td></tr><tr><td align="left">"Mountain Confetti Coin #10"</td><td>"N/A"</td><td>"Random"</td></tr><tr><td align="left">"Mountain Confetti Coin #11"</td><td>"N/A"</td><td>"Random"</td></tr><tr><td align="left">"Mountain Confetti Coin #12"</td><td>"N/A"</td><td>"Random"</td></tr><tr><td align="left">"Mountain Confetti Coin #13"</td><td>"N/A"</td><td>"Random"</td></tr><tr><td align="left">"Mountain Confetti Coin #14"</td><td>"N/A"</td><td>"Random"</td></tr><tr><td align="left">"Mountain Confetti Coin #15"</td><td>"N/A"</td><td>"Random"</td></tr><tr><td align="left">"Mountain Confetti Coin #16"</td><td>"N/A"</td><td>"Random"</td></tr><tr><td align="left">"Mountain Confetti Coin #17"</td><td>"N/A"</td><td>"Random"</td></tr><tr><td align="left">"Mountain Confetti CD #1"</td><td>"N/A"</td><td>"Random"</td></tr><tr><td align="left">"Mountain Confetti CD #2"</td><td>"N/A"</td><td>"Random"</td></tr><tr><td align="left">🔒"Event: Mountain Confetti Coin #1"</td><td>"N/A"</td><td>"Real Coin"</td></tr><tr><td align="left">🔒"Event: Mountain Confetti Coin #2"</td><td>"N/A"</td><td>"Real Coin"</td></tr><tr><td align="left">🔒"Event: Mountain Confetti Coin #3"</td><td>"N/A"</td><td>"Real Coin"</td></tr><tr><td align="left">🔒"Event: Mountain Confetti Coin #4"</td><td>"N/A"</td><td>"Real Coin"</td></tr><tr><td align="left">🔒"Event: Mountain Confetti Coin #5"</td><td>"N/A"</td><td>"Real Coin"</td></tr><tr><td align="left">🔒"Event: Mountain Confetti Coin #6"</td><td>"N/A"</td><td>"Real Coin"</td></tr><tr><td align="left">🔒"Event: Mountain Confetti Coin #7"</td><td>"N/A"</td><td>"Real Coin"</td></tr><tr><td align="left">🔒"Event: Mountain Confetti Coin #8"</td><td>"N/A"</td><td>"Real Coin"</td></tr><tr><td align="left">🔒"Event: Mountain Confetti Coin #9"</td><td>"N/A"</td><td>"Real Coin"</td></tr><tr><td align="left">🔒"Event: Mountain Confetti Coin #10"</td><td>"N/A"</td><td>"Real Coin"</td></tr><tr><td align="left">🔒"Event: Mountain Confetti Coin #11"</td><td>"N/A"</td><td>"Real Coin"</td></tr><tr><td align="left">🔒"Event: Mountain Confetti Coin #12"</td><td>"N/A"</td><td>"Real Coin"</td></tr><tr><td align="left">🔒"Event: Mountain Confetti Coin #13"</td><td>"N/A"</td><td>"Real Coin"</td></tr><tr><td align="left">🔒"Event: Mountain Confetti Coin #14"</td><td>"N/A"</td><td>"Real Coin"</td></tr><tr><td align="left">🔒"Event: Mountain Confetti Coin #15"</td><td>"N/A"</td><td>"Real Coin"</td></tr><tr><td align="left">🔒"Event: Mountain Confetti Coin #16"</td><td>"N/A"</td><td>"Real Coin"</td></tr><tr><td align="left">🔒"Event: Mountain Confetti Coin #17"</td><td>"N/A"</td><td>"Real Coin"</td></tr></table>>]
"Cotton Skies (Mountain Confetti)" [label=<<table border="2" cellborder="1" cellspacing="0" cellpadding="4"><tr> <td colspan = "3"><b>"Cotton Skies (Mountain Confetti)"</b></td></tr><tr><td><b>Location</b></td><td><b>Logic</b></td><td><b>Item</b></td></tr><tr><td align="left">"Cotton Skies Coin #1"</td><td>"N/A"</td><td>"Random"</td></tr><tr><td align="left">"Cotton Skies Coin #2"</td><td>"N/A"</td><td>"Random"</td></tr><tr><td align="left">"Cotton Skies Coin #3"</td><td>"N/A"</td><td>"Random"</td></tr><tr><td align="left">"Cotton Skies Coin #4"</td><td>"N/A"</td><td>"Random"</td></tr><tr><td align="left">"Cotton Skies Coin #5"</td><td>"N/A"</td><td>"Random"</td></tr><tr><td align="left">"Cotton Skies Coin #6"</td><td>"N/A"</td><td>"Random"</td></tr><tr><td align="left">"Cotton Skies CD #1"</td><td>"N/A"</td><td>"Random"</td></tr><tr><td align="left">🔒"Event: Cotton Skies Coin #1"</td><td>"N/A"</td><td>"Real Coin"</td></tr><tr><td align="left">🔒"Event: Cotton Skies Coin #2"</td><td>"N/A"</td><td>"Real Coin"</td></tr><tr><td align="left">🔒"Event: Cotton Skies Coin #3"</td><td>"N/A"</td><td>"Real Coin"</td></tr><tr><td align="left">🔒"Event: Cotton Skies Coin #4"</td><td>"N/A"</td><td>"Real Coin"</td></tr><tr><td align="left">🔒"Event: Cotton Skies Coin #5"</td><td>"N/A"</td><td>"Real Coin"</td></tr><tr><td align="left">🔒"Event: Cotton Skies Coin #6"</td><td>"N/A"</td><td>"Real Coin"</td></tr></table>>]
"Clay Canyon" [label=<<table border="2" cellborder="1" cellspacing="0" cellpadding="4"><tr> <td colspan = "3"><b>"Clay Canyon"</b></td></tr><tr><td><b>Location</b></td><td><b>Logic</b></td><td><b>Item</b></td></tr><tr><td align="left">"Clay Canyon Coin #1"</td><td>"N/A"</td><td>"Random"</td></tr><tr><td align="left">"Clay Canyon Coin #2"</td><td>"N/A"</td><td>"Random"</td></tr><tr><td align="left">"Clay Canyon Coin #3"</td><td>"N/A"</td><td>"Random"</td></tr><tr><td align="left">"Clay Canyon Coin #4"</td><td>"N/A"</td><td>"Random"</td></tr><tr><td align="left">"Clay Canyon Coin #5"</td><td>"N/A"</td><td>"Random"</td></tr><tr><td align="left">"Clay Canyon Coin #6"</td><td>"N/A"</td><td>"Random"</td></tr><tr><td align="left">"Clay Canyon Coin #7"</td><td>"N/A"</td><td>"Random"</td></tr><tr><td align="left">"Clay Canyon Coin #8"</td><td>"N/A"</td><td>"Random"</td></tr><tr><td align="left">"Clay Canyon Coin #9"</td><td>"N/A"</td><td>"Random"</td></tr><tr><td align="left">"Clay Canyon Coin #10"</td><td>"N/A"</td><td>"Random"</td></tr><tr><td align="left">"Clay Canyon Coin #11"</td><td>"N/A"</td><td>"Random"</td></tr><tr><td align="left">"Clay Canyon Coin #12"</td><td>"N/A"</td><td>"Random"</td></tr><tr><td align="left">"Clay Canyon Coin #13"</td><td>"N/A"</td><td>"Random"</td></tr><tr><td align="left">"Clay Canyon Coin #14"</td><td>"N/A"</td><td>"Random"</td></tr><tr><td align="left">"Clay Canyon Coin #15"</td><td>"N/A"</td><td>"Random"</td></tr><tr><td align="left">"Clay Canyon Coin #16"</td><td>"N/A"</td><td>"Random"</td></tr><tr><td align="left">"Clay Canyon Coin #17"</td><td>"N/A"</td><td>"Random"</td></tr><tr><td align="left">"Clay Canyon Coin #18"</td><td>"N/A"</td><td>"Random"</td></tr><tr><td align="left">"Clay Canyon Coin #19"</td><td>"N/A"</td><td>"Random"</td></tr><tr><td align="left">"Clay Canyon Coin #20"</td><td>"N/A"</td><td>"Random"</td></tr><tr><td align="left">"Clay Canyon Coin #21"</td><td>"N/A"</td><td>"Random"</td></tr><tr><td align="left">"Clay Canyon Coin #22"</td><td>"N/A"</td><td>"Random"</td></tr><tr><td align="left">"Clay Canyon Coin #23"</td><td>"N/A"</td><td>"Random"</td></tr><tr><td align="left">"Clay Canyon CD #1"</td><td>"N/A"</td><td>"Random"</td></tr><tr><td align="left">🔒"Event: Clay Canyon Coin #1"</td><td>"N/A"</td><td>"Real Coin"</td></tr><tr><td align="left">🔒"Event: Clay Canyon Coin #2"</td><td>"N/A"</td><td>"Real Coin"</td></tr><tr><td align="left">🔒"Event: Clay Canyon Coin #3"</td><td>"N/A"</td><td>"Real Coin"</td></tr><tr><td align="left">🔒"Event: Clay Canyon Coin #4"</td><td>"N/A"</td><td>"Real Coin"</td></tr><tr><td align="left">🔒"Event: Clay Canyon Coin #5"</td><td>"N/A"</td><td>"Real Coin"</td></tr><tr><td align="left">🔒"Event: Clay Canyon Coin #6"</td><td>"N/A"</td><td>"Real Coin"</td></tr><tr><td align="left">🔒"Event: Clay Canyon Coin #7"</td><td>"N/A"</td><td>"Real Coin"</td></tr><tr><td align="left">🔒"Event: Clay Canyon Coin #8"</td><td>"N/A"</td><td>"Real Coin"</td></tr><tr><td align="left">🔒"Event: Clay Canyon Coin #9"</td><td>"N/A"</td><td>"Real Coin"</td></tr><tr><td align="left">🔒"Event: Clay Canyon Coin #10"</td><td>"N/A"</td><td>"Real Coin"</td></tr><tr><td align="left">🔒"Event: Clay Canyon Coin #11"</td><td>"N/A"</td><td>"Real Coin"</td></tr><tr><td align="left">🔒"Event: Clay Canyon Coin #12"</td><td>"N/A"</td><td>"Real Coin"</td></tr><tr><td align="left">🔒"Event: Clay Canyon Coin #13"</td><td>"N/A"</td><td>"Real Coin"</td></tr><tr><td align="left">🔒"Event: Clay Canyon Coin #14"</td><td>"N/A"</td><td>"Real Coin"</td></tr><tr><td align="left">🔒"Event: Clay Canyon Coin #15"</td><td>"N/A"</td><td>"Real Coin"</td></tr><tr><td align="left">🔒"Event: Clay Canyon Coin #16"</td><td>"N/A"</td><td>"Real Coin"</td></tr><tr><td align="left">🔒"Event: Clay Canyon Coin #17"</td><td>"N/A"</td><td>"Real Coin"</td></tr><tr><td align="left">🔒"Event: Clay Canyon Coin #18"</td><td>"N/A"</td><td>"Real Coin"</td></tr><tr><td align="left">🔒"Event: Clay Canyon Coin #19"</td><td>"N/A"</td><td>"Real Coin"</td></tr><tr><td align="left">🔒"Event: Clay Canyon Coin #20"</td><td>"N/A"</td><td>"Real Coin"</td></tr><tr><td align="left">🔒"Event: Clay Canyon Coin #21"</td><td>"N/A"</td><td>"Real Coin"</td></tr><tr><td align="left">🔒"Event: Clay Canyon Coin #22"</td><td>"N/A"</td><td>"Real Coin"</td></tr><tr><td align="left">🔒"Event: Clay Canyon Coin #23"</td><td>"N/A"</td><td>"Real Coin"</td></tr></table>>]
"Samual Golf (Clay Canyon)" [label=<<table border="2" cellborder="1" cellspacing="0" cellpadding="4"><tr> <td colspan = "3"><b>"Samual Golf (Clay Canyon)"</b></td></tr><tr><td><b>Location</b></td><td><b>Logic</b></td><td><b>Item</b></td></tr><tr><td align="left">"Samual Golf Coin #1"</td><td>"N/A"</td><td>"Random"</td></tr><tr><td align="left">"Samual Golf Coin #2"</td><td>"N/A"</td><td>"Random"</td></tr><tr><td align="left">"Samual Golf Coin #3"</td><td>"N/A"</td><td>"Random"</td></tr><tr><td align="left">"Samual Golf Coin #4"</td><td>"N/A"</td><td>"Random"</td></tr><tr><td align="left">"Samual Golf Coin #5"</td><td>"N/A"</td><td>"Random"</td></tr><tr><td align="left">"Samual Golf Coin #6"</td><td>"N/A"</td><td>"Random"</td></tr><tr><td align="left">"Samual Golf Coin #7"</td><td>"N/A"</td><td>"Random"</td></tr><tr><td align="left">"Samual Golf CD #1"</td><td>"N/A"</td><td>"Random"</td></tr><tr><td align="left">🔒"Event: Samual Golf Coin #1"</td><td>"N/A"</td><td>"Real Coin"</td></tr><tr><td align="left">🔒"Event: Samual Golf Coin #2"</td><td>"N/A"</td><td>"Real Coin"</td></tr><tr><td align="left">🔒"Event: Samual Golf Coin #3"</td><td>"N/A"</td><td>"Real Coin"</td></tr><tr><td align="left">🔒"Event: Samual Golf Coin #4"</td><td>"N/A"</td><td>"Real Coin"</td></tr><tr><td align="left">🔒"Event: Samual Golf Coin #5"</td><td>"N/A"</td><td>"Real Coin"</td></tr><tr><td align="left">🔒"Event: Samual Golf Coin #6"</td><td>"N/A"</td><td>"Real Coin"</td></tr><tr><td align="left">🔒"Event: Samual Golf Coin #7"</td><td>"N/A"</td><td>"Real Coin"</td></tr></table>>]
"Sticker Park" [label=<<table border="2" cellborder="1" cellspacing="0" cellpadding="4"><tr> <td colspan = "3"><b>"Sticker Park"</b></td></tr><tr><td><b>Location</b></td><td><b>Logic</b></td><td><b>Item</b></td></tr><tr><td align="left">"Sticker Park Coin #1"</td><td>"N/A"</td><td>"Random"</td></tr><tr><td align="left">"Sticker Park Coin #2"</td><td>"N/A"</td><td>"Random"</td></tr><tr><td align="left">"Sticker Park Coin #3"</td><td>"N/A"</td><td>"Random"</td></tr><tr><td align="left">"Sticker Park Coin #4"</td><td>"N/A"</td><td>"Random"</td></tr><tr><td align="left">"Sticker Park Coin #5"</td><td>"pads"</td><td>"Random"</td></tr><tr><td align="left">"Sticker Park Coin #6"</td><td>"pads"</td><td>"Random"</td></tr><tr><td align="left">"Sticker Park Coin #7"</td><td>"pads"</td><td>"Random"</td></tr><tr><td align="left">"Sticker Park CD #1"</td><td>"pads"</td><td>"Random"</td></tr><tr><td align="left">🔒"Event: Sticker Park Coin #1"</td><td>"N/A"</td><td>"Real Coin"</td></tr><tr><td align="left">🔒"Event: Sticker Park Coin #2"</td><td>"N/A"</td><td>"Real Coin"</td></tr><tr><td align="left">🔒"Event: Sticker Park Coin #3"</td><td>"N/A"</td><td>"Real Coin"</td></tr><tr><td align="left">🔒"Event: Sticker Park Coin #4"</td><td>"N/A"</td><td>"Real Coin"</td></tr><tr><td align="left">🔒"Event: Sticker Park Coin #5"</td><td>"pads"</td><td>"Real Coin"</td></tr><tr><td align="left">🔒"Event: Sticker Park Coin #6"</td><td>"pads"</td><td>"Real Coin"</td></tr><tr><td align="left">🔒"Event: Sticker Park Coin #7"</td><td>"pads"</td><td>"Real Coin"</td></tr></table>>]
"Dragon Raceway (Sticker Park)" [label=<<table border="2" cellborder="1" cellspacing="0" cellpadding="4"><tr> <td colspan = "3"><b>"Dragon Raceway (Sticker Park)"</b></td></tr><tr><td><b>Location</b></td><td><b>Logic</b></td><td><b>Item</b></td></tr><tr><td align="left">"Dragon Raceway Coin #1"</td><td>"N/A"</td><td>"Random"</td></tr><tr><td align="left">"Dragon Raceway Coin #2"</td><td>"N/A"</td><td>"Random"</td></tr><tr><td align="left">"Dragon Raceway Coin #3"</td><td>"N/A"</td><td>"Random"</td></tr><tr><td align="left">"Dragon Raceway Coin #4"</td><td>"N/A"</td><td>"Random"</td></tr><tr><td align="left">"Dragon Raceway Coin #5"</td><td>"N/A"</td><td>"Random"</td></tr><tr><td align="left">"Dragon Raceway Coin #6"</td><td>"N/A"</td><td>"Random"</td></tr><tr><td align="left">"Dragon Raceway Coin #7"</td><td>"N/A"</td><td>"Random"</td></tr><tr><td align="left">"Dragon Raceway CD #1"</td><td>"N/A"</td><td>"Random"</td></tr><tr><td align="left">🔒"Event: Dragon Raceway Coin #1"</td><td>"N/A"</td><td>"Real Coin"</td></tr><tr><td align="left">🔒"Event: Dragon Raceway Coin #2"</td><td>"N/A"</td><td>"Real Coin"</td></tr><tr><td align="left">🔒"Event: Dragon Raceway Coin #3"</td><td>"N/A"</td><td>"Real Coin"</td></tr><tr><td align="left">🔒"Event: Dragon Raceway Coin #4"</td><td>"N/A"</td><td>"Real Coin"</td></tr><tr><td align="left">🔒"Event: Dragon Raceway Coin #5"</td><td>"N/A"</td><td>"Real Coin"</td></tr><tr><td align="left">🔒"Event: Dragon Raceway Coin #6"</td><td>"N/A"</td><td>"Real Coin"</td></tr><tr><td align="left">🔒"Event: Dragon Raceway Coin #7"</td><td>"N/A"</td><td>"Real Coin"</td></tr></table>>]
"Cardboard Station (Sticker Park)" [label=<<table border="2" cellborder="1" cellspacing="0" cellpadding="4"><tr> <td colspan = "3"><b>"Cardboard Station (Sticker Park)"</b></td></tr><tr><td><b>Location</b></td><td><b>Logic</b></td><td><b>Item</b></td></tr><tr><td align="left">"Cardboard Station Coin #1"</td><td>"N/A"</td><td>"Random"</td></tr><tr><td align="left">"Cardboard Station Coin #2"</td><td>"N/A"</td><td>"Random"</td></tr><tr><td align="left">"Cardboard Station Coin #3"</td><td>"N/A"</td><td>"Random"</td></tr><tr><td align="left">"Cardboard Station Coin #4"</td><td>"N/A"</td><td>"Random"</td></tr><tr><td align="left">"Cardboard Station Coin #5"</td><td>"N/A"</td><td>"Random"</td></tr><tr><td align="left">"Cardboard Station Coin #6"</td><td>"N/A"</td><td>"Random"</td></tr><tr><td align="left">"Cardboard Station CD #1"</td><td>"N/A"</td><td>"Random"</td></tr><tr><td align="left">"Cardboard Station CD #2"</td><td>"N/A"</td><td>"Random"</td></tr><tr><td align="left">"Space Suit"</td><td>"unlock['Cardboard Station (Sticker Park)']"</td><td>"Random"</td></tr><tr><td align="left">🔒"Event: Cardboard Station Coin #1"</td><td>"N/A"</td><td>"Real Coin"</td></tr><tr><td align="left">🔒"Event: Cardboard Station Coin #2"</td><td>"N/A"</td><td>"Real Coin"</td></tr><tr><td align="left">🔒"Event: Cardboard Station Coin #3"</td><td>"N/A"</td><td>"Real Coin"</td></tr><tr><td align="left">🔒"Event: Cardboard Station Coin #4"</td><td>"N/A"</td><td>"Real Coin"</td></tr><tr><td align="left">🔒"Event: Cardboard Station Coin #5"</td><td>"N/A"</td><td>"Real Coin"</td></tr><tr><td align="left">🔒"Event: Cardboard Station Coin #6"</td><td>"N/A"</td><td>"Real Coin"</td></tr></table>>]
"Polystyrene Peak" [label=<<table border="2" cellborder="1" cellspacing="0" cellpadding="4"><tr> <td colspan = "3"><b>"Polystyrene Peak"</b></td></tr><tr><td><b>Location</b></td><td><b>Logic</b></td><td><b>Item</b></td></tr><tr><td align="left">"Polystyrene Peak Coin #1"</td><td>"N/A"</td><td>"Random"</td></tr><tr><td align="left">"Polystyrene Peak Coin #2"</td><td>"N/A"</td><td>"Random"</td></tr><tr><td align="left">"Polystyrene Peak Coin #3"</td><td>"N/A"</td><td>"Random"</td></tr><tr><td align="left">"Polystyrene Peak Coin #4"</td><td>"N/A"</td><td>"Random"</td></tr><tr><td align="left">"Polystyrene Peak Coin #5"</td><td>"N/A"</td><td>"Random"</td></tr><tr><td align="left">"Polystyrene Peak Coin #6"</td><td>"N/A"</td><td>"Random"</td></tr><tr><td align="left">"Polystyrene Peak Coin #7"</td><td>"N/A"</td><td>"Random"</td></tr><tr><td align="left">"Polystyrene Peak Coin #8"</td><td>"N/A"</td><td>"Random"</td></tr><tr><td align="left">"Polystyrene Peak Coin #9"</td><td>"N/A"</td><td>"Random"</td></tr><tr><td align="left">"Polystyrene Peak Coin #10"</td><td>"N/A"</td><td>"Random"</td></tr><tr><td align="left">"Polystyrene Peak Coin #11"</td><td>"N/A"</td><td>"Random"</td></tr><tr><td align="left">"Polystyrene Peak Coin #12"</td><td>"N/A"</td><td>"Random"</td></tr><tr><td align="left">"Polystyrene Peak Coin #13"</td><td>"N/A"</td><td>"Random"</td></tr><tr><td align="left">"Polystyrene Peak Coin #14"</td><td>"N/A"</td><td>"Random"</td></tr><tr><td align="left">"Polystyrene Peak Coin #15"</td><td>"N/A"</td><td>"Random"</td></tr><tr><td align="left">"Polystyrene Peak Coin #16"</td><td>"N/A"</td><td>"Random"</td></tr><tr><td align="left">"Polystyrene Peak Coin #17"</td><td>"N/A"</td><td>"Random"</td></tr><tr><td align="left">"Polystyrene Peak Coin #18"</td><td>"pads"</td><td>"Random"</td></tr><tr><td align="left">"Polystyrene Peak Coin #19"</td><td>"pads"</td><td>"Random"</td></tr><tr><td align="left">"Polystyrene Peak Coin #20"</td><td>"pads"</td><td>"Random"</td></tr><tr><td align="left">"Polystyrene Peak Coin #21"</td><td>"pads"</td><td>"Random"</td></tr><tr><td align="left">"Polystyrene Peak Coin #22"</td><td>"pads"</td><td>"Random"</td></tr><tr><td align="left">"Polystyrene Peak Coin #23"</td><td>"pads"</td><td>"Random"</td></tr><tr><td align="left">"Polystyrene Peak Coin #24"</td><td>"pads"</td><td>"Random"</td></tr><tr><td align="left">"Polystyrene Peak Coin #25"</td><td>"pads"</td><td>"Random"</td></tr><tr><td align="left">"Polystyrene Peak Coin #26"</td><td>"pads"</td><td>"Random"</td></tr><tr><td align="left">"Polystyrene Peak Coin #27"</td><td>"pads"</td><td>"Random"</td></tr><tr><td align="left">"Polystyrene Peak CD #1"</td><td>"N/A"</td><td>"Random"</td></tr><tr><td align="left">"Polystyrene Peak CD #2"</td><td>"N/A"</td><td>"Random"</td></tr><tr><td align="left">"Polystyrene Peak CD #3"</td><td>"N/A"</td><td>"Random"</td></tr><tr><td align="left">"Polystyrene Peak CD #4"</td><td>"pads"</td><td>"Random"</td></tr><tr><td align="left">"Polystyrene Peak CD #5"</td><td>"pads"</td><td>"Random"</td></tr><tr><td align="left">🔒"Event: Polystyrene Peak Coin #1"</td><td>"N/A"</td><td>"Real Coin"</td></tr><tr><td align="left">🔒"Event: Polystyrene Peak Coin #2"</td><td>"N/A"</td><td>"Real Coin"</td></tr><tr><td align="left">🔒"Event: Polystyrene Peak Coin #3"</td><td>"N/A"</td><td>"Real Coin"</td></tr><tr><td align="left">🔒"Event: Polystyrene Peak Coin #4"</td><td>"N/A"</td><td>"Real Coin"</td></tr><tr><td align="left">🔒"Event: Polystyrene Peak Coin #5"</td><td>"N/A"</td><td>"Real Coin"</td></tr><tr><td align="left">🔒"Event: Polystyrene Peak Coin #6"</td><td>"N/A"</td><td>"Real Coin"</td></tr><tr><td align="left">🔒"Event: Polystyrene Peak Coin #7"</td><td>"N/A"</td><td>"Real Coin"</td></tr><tr><td align="left">🔒"Event: Polystyrene Peak Coin #8"</td><td>"N/A"</td><td>"Real Coin"</td></tr><tr><td align="left">🔒"Event: Polystyrene Peak Coin #9"</td><td>"N/A"</td><td>"Real Coin"</td></tr><tr><td align="left">🔒"Event: Polystyrene Peak Coin #10"</td><td>"N/A"</td><td>"Real Coin"</td></tr><tr><td align="left">🔒"Event: Polystyrene Peak Coin #11"</td><td>"N/A"</td><td>"Real Coin"</td></tr><tr><td align="left">🔒"Event: Polystyrene Peak Coin #12"</td><td>"N/A"</td><td>"Real Coin"</td></tr><tr><td align="left">🔒"Event: Polystyrene Peak Coin #13"</td><td>"N/A"</td><td>"Real Coin"</td></tr><tr><td align="left">🔒"Event: Polystyrene Peak Coin #14"</td><td>"N/A"</td><td>"Real Coin"</td></tr><tr><td align="left">🔒"Event: Polystyrene Peak Coin #15"</td><td>"N/A"</td><td>"Real Coin"</td></tr><tr><td align="left">🔒"Event: Polystyrene Peak Coin #16"</td><td>"N/A"</td><td>"Real Coin"</td></tr><tr><td align="left">🔒"Event: Polystyrene Peak Coin #17"</td><td>"N/A"</td><td>"Real Coin"</td></tr><tr><td align="left">🔒"Event: Polystyrene Peak Coin #18"</td><td>"pads"</td><td>"Real Coin"</td></tr><tr><td align="left">🔒"Event: Polystyrene Peak Coin #19"</td><td>"pads"</td><td>"Real Coin"</td></tr><tr><td align="left">🔒"Event: Polystyrene Peak Coin #20"</td><td>"pads"</td><td>"Real Coin"</td></tr><tr><td align="left">🔒"Event: Polystyrene Peak Coin #21"</td><td>"pads"</td><td>"Real Coin"</td></tr><tr><td align="left">🔒"Event: Polystyrene Peak Coin #22"</td><td>"pads"</td><td>"Real Coin"</td></tr><tr><td align="left">🔒"Event: Polystyrene Peak Coin #23"</td><td>"pads"</td><td>"Real Coin"</td></tr><tr><td align="left">🔒"Event: Polystyrene Peak Coin #24"</td><td>"pads"</td><td>"Real Coin"</td></tr><tr><td align="left">🔒"Event: Polystyrene Peak Coin #25"</td><td>"pads"</td><td>"Real Coin"</td></tr><tr><td align="left">🔒"Event: Polystyrene Peak Coin #26"</td><td>"pads"</td><td>"Real Coin"</td></tr><tr><td align="left">🔒"Event: Polystyrene Peak Coin #27"</td><td>"pads"</td><td>"Real Coin"</td></tr></table>>]
"Glue Summit (Polystyrene Peak)" [label=<<table border="2" cellborder="1" cellspacing="0" cellpadding="4"><tr> <td colspan = "3"><b>"Glue Summit (Polystyrene Peak)"</b></td></tr><tr><td><b>Location</b></td><td><b>Logic</b></td><td><b>Item</b></td></tr><tr><td align="left">"Glue Summit Coin #1"</td><td>"N/A"</td><td>"Random"</td></tr><tr><td align="left">"Glue Summit Coin #2"</td><td>"N/A"</td><td>"Random"</td></tr><tr><td align="left">"Glue Summit Coin #3"</td><td>"N/A"</td><td>"Random"</td></tr><tr><td align="left">"Glue Summit Coin #4"</td><td>"N/A"</td><td>"Random"</td></tr><tr><td align="left">"Glue Summit Coin #5"</td><td>"N/A"</td><td>"Random"</td></tr><tr><td align="left">"Glue Summit CD #1"</td><td>"N/A"</td><td>"Random"</td></tr><tr><td align="left">🔒"Event: Glue Summit Coin #1"</td><td>"N/A"</td><td>"Real Coin"</td></tr><tr><td align="left">🔒"Event: Glue Summit Coin #2"</td><td>"N/A"</td><td>"Real Coin"</td></tr><tr><td align="left">🔒"Event: Glue Summit Coin #3"</td><td>"N/A"</td><td>"Real Coin"</td></tr><tr><td align="left">🔒"Event: Glue Summit Coin #4"</td><td>"N/A"</td><td>"Real Coin"</td></tr><tr><td align="left">🔒"Event: Glue Summit Coin #5"</td><td>"N/A"</td><td>"Real Coin"</td></tr></table>>]
"Cardbun Festival" [label=<<table border="2" cellborder="1" cellspacing="0" cellpadding="4"><tr> <td colspan = "3"><b>"Cardbun Festival"</b></td></tr><tr><td><b>Location</b></td><td><b>Logic</b></td><td><b>Item</b></td></tr><tr><td align="left">"Cardbun Festival Coin #1"</td><td>"N/A"</td><td>"Random"</td></tr><tr><td align="left">"Cardbun Festival Coin #2"</td><td>"N/A"</td><td>"Random"</td></tr><tr><td align="left">"Cardbun Festival Coin #3"</td><td>"N/A"</td><td>"Random"</td></tr><tr><td align="left">"Cardbun Festival Coin #4"</td><td>"N/A"</td><td>"Random"</td></tr><tr><td align="left">"Cardbun Festival Coin #5"</td><td>"N/A"</td><td>"Random"</td></tr><tr><td align="left">"Cardbun Festival Coin #6"</td><td>"N/A"</td><td>"Random"</td></tr><tr><td align="left">"Cardbun Festival Coin #7"</td><td>"N/A"</td><td>"Random"</td></tr><tr><td align="left">"Cardbun Festival Coin #8"</td><td>"N/A"</td><td>"Random"</td></tr><tr><td align="left">"Conbunn Suit"</td><td>"unlock['Cardbun Festival']"</td><td>"Random"</td></tr><tr><td align="left">🔒"Event: Cardbun Festival Coin #1"</td><td>"N/A"</td><td>"Real Coin"</td></tr><tr><td align="left">🔒"Event: Cardbun Festival Coin #2"</td><td>"N/A"</td><td>"Real Coin"</td></tr><tr><td align="left">🔒"Event: Cardbun Festival Coin #3"</td><td>"N/A"</td><td>"Real Coin"</td></tr><tr><td align="left">🔒"Event: Cardbun Festival Coin #4"</td><td>"N/A"</td><td>"Real Coin"</td></tr><tr><td align="left">🔒"Event: Cardbun Festival Coin #5"</td><td>"N/A"</td><td>"Real Coin"</td></tr><tr><td align="left">🔒"Event: Cardbun Festival Coin #6"</td><td>"N/A"</td><td>"Real Coin"</td></tr><tr><td align="left">🔒"Event: Cardbun Festival Coin #7"</td><td>"N/A"</td><td>"Real Coin"</td></tr><tr><td align="left">🔒"Event: Cardbun Festival Coin #8"</td><td>"N/A"</td><td>"Real Coin"</td></tr></table>>]
"Menu" -> "Cutout Forest"
"Cutout Forest" -> "Connie's Garden (Cutout Forest)" [label="unlock['Connie's Garden (Cutout Forest)']" color="#00008844"]
"Cutout Forest" -> "Ribbon Village" [label="dash and unlock['Ribbon Village']" color="#00008844"]

"Ribbon Village" -> "Origami Tree (Ribbon Village)" [label="unlock['Origami Tree (Ribbon Village)']" color="#00008844"]
"Ribbon Village" -> "Paper Bay" [label="unlock['Paper Bay']" color="#00008844"]
"Ribbon Village" -> "Bunny Circuit (Ribbon Village)" [label="unlock['Bunny Circuit (Ribbon Village)']" color="#00008844"]
"Ribbon Village" -> "IBee's Honeycomb (Ribbon Village)" [label="unlock['IBee's Honeycomb (Ribbon Village)']" color="#00008844"]
"Ribbon Village" -> "Cardbun Museum (Ribbon Village)" [label="unlock['Cardbun Museum (Ribbon Village)']" color="#00008844"]
"Ribbon Village" -> "Paint Hills" [label="pads" color="#00008844"]
"Ribbon Village" -> "Polystyrene Peak" [label="cablecar and unlock['Polystyrene Peak']" color="#00008844"]

"Paper Bay" -> "Cardbun Viewing Area (Paper Bay)" [label="unlock['Cardbun Viewing Area (Paper Bay)']" color="#00008844"]
"Paper Bay" -> "Ink Beach (Paper Bay)" [label="pads and unlock['Ink Beach (Paper Bay)']" color="#00008844"]





"Paint Hills" -> "Graffiti Panels (Paint Hills)" [label="unlock['Graffiti Panels (Paint Hills)']" color="#00008844"]
"Paint Hills" -> "Mountain Confetti" [label="pads" color="#00008844"]

"Mountain Confetti" -> "Cotton Skies (Mountain Confetti)" [label="pads and unlock['Cotton Skies (Mountain Confetti)']" color="#00008844"]
"Mountain Confetti" -> "Clay Canyon" [label="unlock['Clay Canyon']" color="#00008844"]
"Mountain Confetti" -> "Paint Hills"

"Clay Canyon" -> "Samual Golf (Clay Canyon)" [label="unlock['Samual Golf (Clay Canyon)']" color="#00008844"]
"Clay Canyon" -> "Sticker Park" [label="unlock['Sticker Park']" color="#00008844"]
"Clay Canyon" -> "Polystyrene Peak" [label="unlock['Polystyrene Peak']" color="#00008844"]
"Clay Canyon" -> "Mountain Confetti"

"Sticker Park" -> "Dragon Raceway (Sticker Park)" [label="pads and unlock['Dragon Raceway (Sticker Park)']" color="#00008844"]
"Sticker Park" -> "Cardboard Station (Sticker Park)" [label="unlock['Cardboard Station (Sticker Park)']" color="#00008844"]


"Polystyrene Peak" -> "Glue Summit (Polystyrene Peak)" [label="pads and unlock['Glue Summit (Polystyrene Peak)']" color="#00008844"]
"Polystyrene Peak" -> "Cardbun Festival" [label="pads and unlock['Cardbun Festival']" color="#00008844"]
"Polystyrene Peak" -> "Ribbon Village" [label="cablecar and unlock['Ribbon Village']" color="#00008844"]
"Polystyrene Peak" -> "Clay Canyon"



}